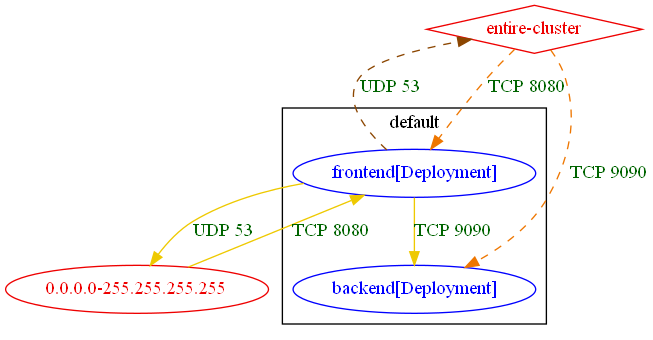
The Graphviz diagram test_outputs/connlist/exposure_test_minimal_netpol_analysis_exposure_output.dot.png in np-guard/netpol-analyzer, before a commit. Its source is kept beside it as test_outputs/connlist/exposure_test_minimal_netpol_analysis_exposure_output.dot. Source of this version:
```dot
digraph {
	subgraph "cluster_default" {
		color="black"
		fontcolor="black"
		"default/backend[Deployment]" [label="backend[Deployment]" color="blue" fontcolor="blue"]
		"default/frontend[Deployment]" [label="frontend[Deployment]" color="blue" fontcolor="blue"]
		label="default"
	}
	"0.0.0.0-255.255.255.255" [label="0.0.0.0-255.255.255.255" color="red2" fontcolor="red2"]
	"entire-cluster" [label="entire-cluster" color="red2" fontcolor="red2" shape=diamond]
	"0.0.0.0-255.255.255.255" -> "default/frontend[Deployment]" [label="TCP 8080" color="gold2" fontcolor="darkgreen" weight=0.5]
	"default/frontend[Deployment]" -> "0.0.0.0-255.255.255.255" [label="UDP 53" color="gold2" fontcolor="darkgreen" weight=1]
	"default/frontend[Deployment]" -> "default/backend[Deployment]" [label="TCP 9090" color="gold2" fontcolor="darkgreen" weight=1]
	"default/frontend[Deployment]" -> "entire-cluster" [label="UDP 53" color="darkorange4" fontcolor="darkgreen" weight=0.5 style=dashed]
	"entire-cluster" -> "default/backend[Deployment]" [label="TCP 9090" color="darkorange2" fontcolor="darkgreen" weight=1 style=dashed]
	"entire-cluster" -> "default/frontend[Deployment]" [label="TCP 8080" color="darkorange2" fontcolor="darkgreen" weight=1 style=dashed]
}
```
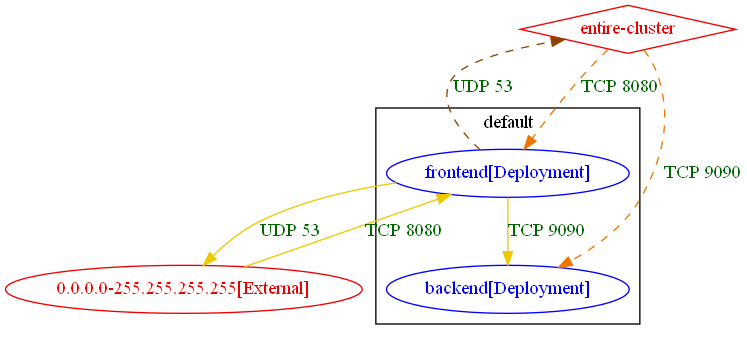
After the change.

The edit, as a diff of the source:
```diff
@@ -6,10 +6,10 @@
 		"default/frontend[Deployment]" [label="frontend[Deployment]" color="blue" fontcolor="blue"]
 		label="default"
 	}
-	"0.0.0.0-255.255.255.255" [label="0.0.0.0-255.255.255.255" color="red2" fontcolor="red2"]
+	"0.0.0.0-255.255.255.255[External]" [label="0.0.0.0-255.255.255.255[External]" color="red2" fontcolor="red2"]
 	"entire-cluster" [label="entire-cluster" color="red2" fontcolor="red2" shape=diamond]
-	"0.0.0.0-255.255.255.255" -> "default/frontend[Deployment]" [label="TCP 8080" color="gold2" fontcolor="darkgreen" weight=0.5]
-	"default/frontend[Deployment]" -> "0.0.0.0-255.255.255.255" [label="UDP 53" color="gold2" fontcolor="darkgreen" weight=1]
+	"0.0.0.0-255.255.255.255[External]" -> "default/frontend[Deployment]" [label="TCP 8080" color="gold2" fontcolor="darkgreen" weight=0.5]
+	"default/frontend[Deployment]" -> "0.0.0.0-255.255.255.255[External]" [label="UDP 53" color="gold2" fontcolor="darkgreen" weight=1]
 	"default/frontend[Deployment]" -> "default/backend[Deployment]" [label="TCP 9090" color="gold2" fontcolor="darkgreen" weight=1]
 	"default/frontend[Deployment]" -> "entire-cluster" [label="UDP 53" color="darkorange4" fontcolor="darkgreen" weight=0.5 style=dashed]
 	"entire-cluster" -> "default/backend[Deployment]" [label="TCP 9090" color="darkorange2" fontcolor="darkgreen" weight=1 style=dashed]
```
